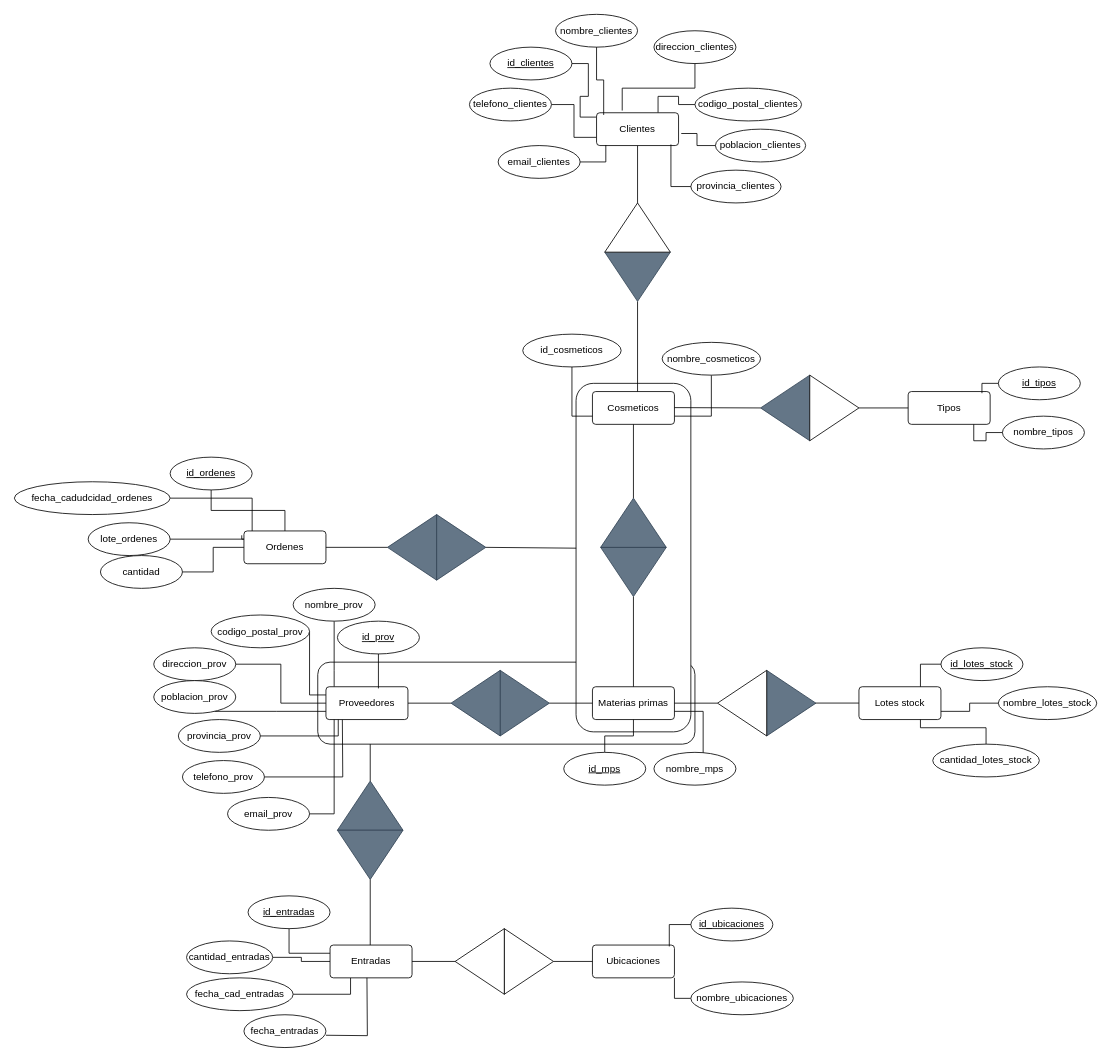
This is der2.drawio from jolumon/proyecto_24_25, a draw.io file, before an edit. Source tidied: cells renumbered, new cells numbered last; positions are measured from the earlier drawing's top-left corner, leaving out a move shared by most shapes. Both pictures are drawn from the tidied source at 82%, with x=0, y=0 at pixel (14, 14).
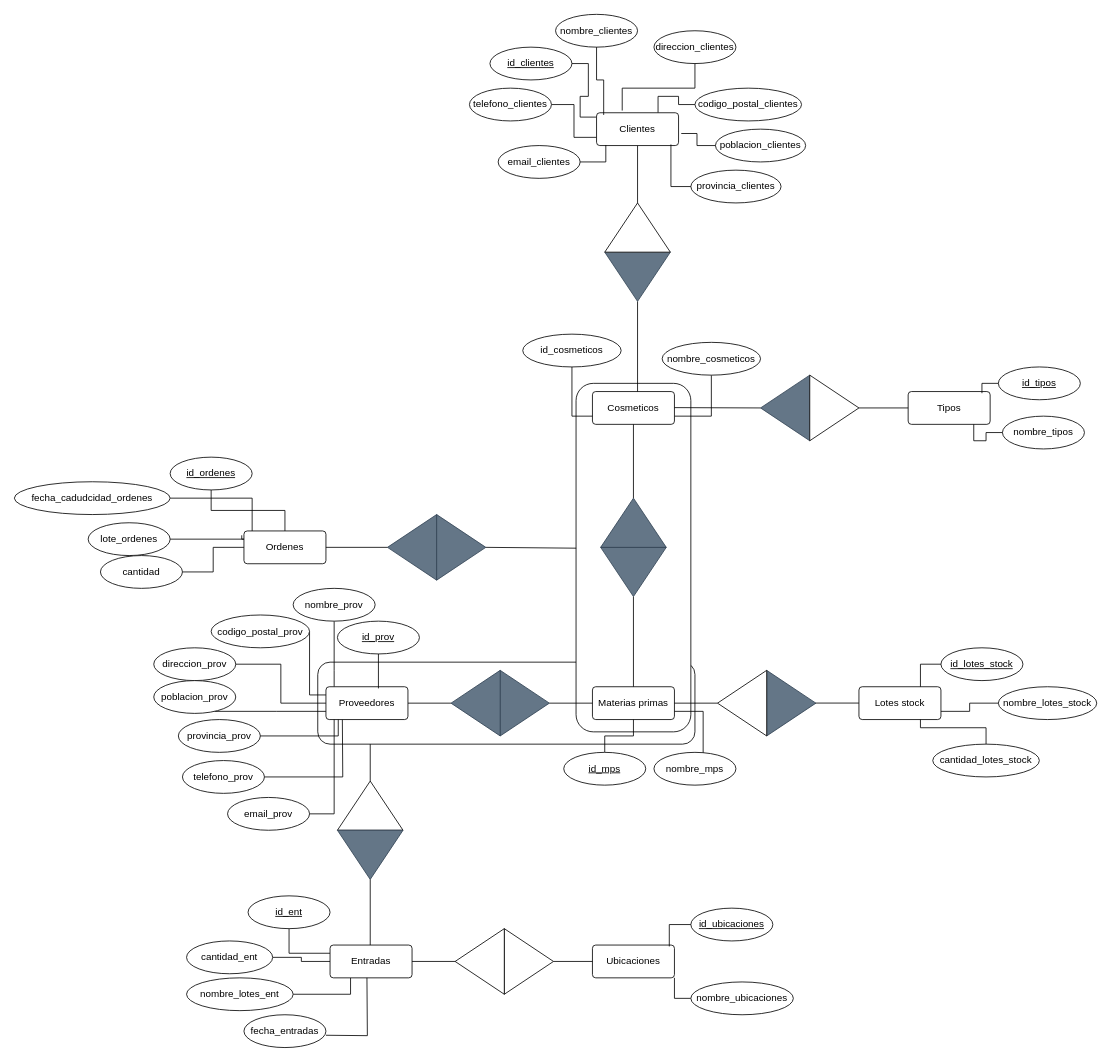
Above is the later version.

Commit message:
Cambiar cardianalidad entre entradas y rel_mps_proveedores

Unchanged cells that the change refers to:
```xml
<mxCell id="90" style="group;rotation=-90;" parent="1" vertex="1">
  <mxGeometry x="374" y="955" width="120" height="80" as="geometry" />
</mxCell>
```

What changed in the source:
```diff
@@
-    <mxCell id="61" value="id_entradas" style="ellipse;whiteSpace=wrap;html=1;align=center;fontStyle=4;" parent="1" vertex="1">
+    <mxCell id="61" value="id_ent" style="ellipse;whiteSpace=wrap;html=1;align=center;fontStyle=4;" parent="1" vertex="1">
       <mxGeometry x="285" y="1075" width="100" height="40" as="geometry" />
     </mxCell>
@@
-    <mxCell id="64" value="fecha_cad_entradas" style="ellipse;whiteSpace=wrap;html=1;align=center;" parent="1" vertex="1">
+    <mxCell id="64" value="nombre_lotes_ent" style="ellipse;whiteSpace=wrap;html=1;align=center;" parent="1" vertex="1">
       <mxGeometry x="210" y="1175" width="130" height="40" as="geometry" />
     </mxCell>
@@
-    <mxCell id="66" value="cantidad_entradas" style="ellipse;whiteSpace=wrap;html=1;align=center;" parent="1" vertex="1">
+    <mxCell id="66" value="cantidad_ent" style="ellipse;whiteSpace=wrap;html=1;align=center;" parent="1" vertex="1">
       <mxGeometry x="210" y="1130" width="105" height="40" as="geometry" />
     </mxCell>
@@
-    <mxCell id="91" style="triangle;whiteSpace=wrap;html=1;rotation=-90;fillColor=#647687;fontColor=#ffffff;strokeColor=#314354;" parent="90" vertex="1">
+    <mxCell id="91" style="triangle;whiteSpace=wrap;html=1;rotation=-90;" parent="90" vertex="1">
       <mxGeometry x="30" y="-30" width="60" height="80" as="geometry" />
     </mxCell>
```
